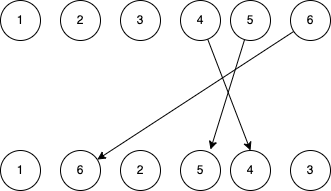
Above: static/diff-algo-2.png in Syaw0/blog (draw.io), before the change. Source tidied: cells renumbered, new cells last; positions are measured from the earlier drawing's top-left corner, leaving out a move shared by most shapes.
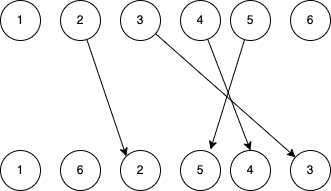
The same file after the commit.

What changed in the source:
```diff
@@ -5,9 +5,15 @@
     <mxCell id="2" value="1" style="ellipse;whiteSpace=wrap;html=1;" parent="1" vertex="1">
       <mxGeometry width="40" height="40" as="geometry" />
     </mxCell>
+    <mxCell id="17" style="rounded=0;jettySize=auto;html=1;entryX=0;entryY=0;entryDx=0;entryDy=0;" parent="1" edge="1" source="3" target="13">
+      <mxGeometry relative="1" as="geometry" />
+    </mxCell>
     <mxCell id="3" value="2" style="ellipse;whiteSpace=wrap;html=1;" parent="1" vertex="1">
       <mxGeometry x="60" width="40" height="40" as="geometry" />
     </mxCell>
+    <mxCell id="18" style="edgeStyle=none;rounded=0;jettySize=auto;html=1;" parent="1" edge="1" source="4" target="16">
+      <mxGeometry relative="1" as="geometry" />
+    </mxCell>
     <mxCell id="4" value="3" style="ellipse;whiteSpace=wrap;html=1;" parent="1" vertex="1">
       <mxGeometry x="120" width="40" height="40" as="geometry" />
     </mxCell>
@@ -23,9 +29,6 @@
     <mxCell id="8" value="5" style="ellipse;whiteSpace=wrap;html=1;" parent="1" vertex="1">
       <mxGeometry x="230" width="40" height="40" as="geometry" />
     </mxCell>
-    <mxCell id="9" style="rounded=0;jettySize=auto;html=1;" parent="1" edge="1" source="10" target="12">
-      <mxGeometry relative="1" as="geometry" />
-    </mxCell>
     <mxCell id="10" value="6" style="ellipse;whiteSpace=wrap;html=1;" parent="1" vertex="1">
       <mxGeometry x="290" width="40" height="40" as="geometry" />
     </mxCell>
```
